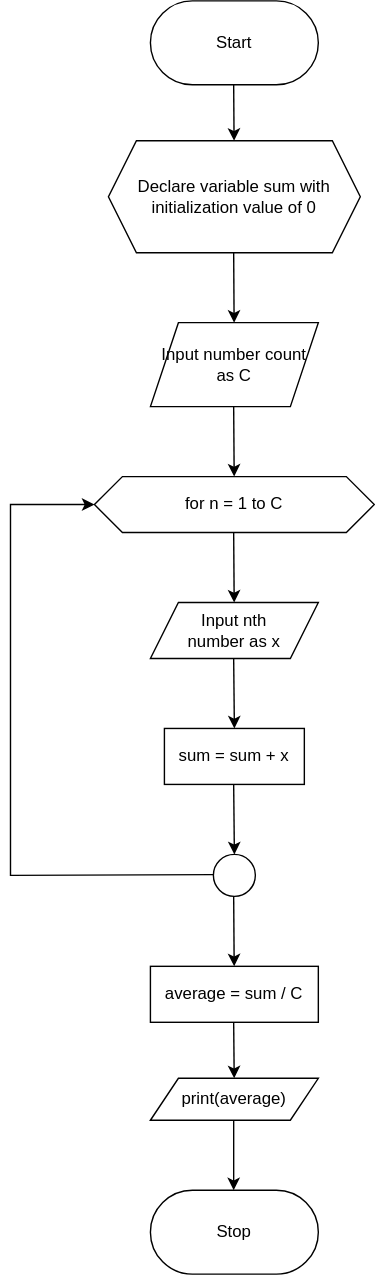
Earlier version of the draw.io export Flowchart3.drawio.svg (Mednoob/Mednoob). Source tidied: cells renumbered, new cells last; positions are measured from the earlier drawing's top-left corner, leaving out a move shared by most shapes. Source of this version:
```xml
<mxGraphModel>
  <root>
    <mxCell id="0" />
    <mxCell id="1" parent="0" />
    <mxCell id="2" value="Start" style="rounded=1;whiteSpace=wrap;html=1;arcSize=50;" parent="1" vertex="1">
      <mxGeometry x="100" width="120" height="60" as="geometry" />
    </mxCell>
    <mxCell id="3" style="endArrow=classic;html=1;rounded=0;" parent="1" edge="1">
      <mxGeometry relative="1" as="geometry">
        <mxPoint x="159.5" y="60" as="sourcePoint" />
        <mxPoint x="159.8" y="100" as="targetPoint" />
      </mxGeometry>
    </mxCell>
    <mxCell id="4" style="endArrow=classic;html=1;rounded=0;" parent="1" edge="1" target="6">
      <mxGeometry relative="1" as="geometry">
        <mxPoint x="159.5" y="180" as="sourcePoint" />
      </mxGeometry>
    </mxCell>
    <mxCell id="5" value="Declare variable sum with initialization value of 0" style="shape=hexagon;perimeter=hexagonPerimeter2;whiteSpace=wrap;html=1;fixedSize=1;" parent="1" vertex="1">
      <mxGeometry x="70" y="100" width="180" height="80" as="geometry" />
    </mxCell>
    <mxCell id="6" value="Input number count as C" style="shape=parallelogram;perimeter=parallelogramPerimeter;whiteSpace=wrap;html=1;fixedSize=1;" parent="1" vertex="1">
      <mxGeometry x="100" y="230" width="120" height="60" as="geometry" />
    </mxCell>
    <mxCell id="7" style="endArrow=classic;html=1;rounded=0;" parent="1" edge="1" target="8">
      <mxGeometry relative="1" as="geometry">
        <mxPoint x="159.5" y="290" as="sourcePoint" />
      </mxGeometry>
    </mxCell>
    <mxCell id="8" value="for n = 1 to C" style="shape=hexagon;perimeter=hexagonPerimeter2;whiteSpace=wrap;html=1;fixedSize=1;" parent="1" vertex="1">
      <mxGeometry x="60" y="340" width="200" height="40" as="geometry" />
    </mxCell>
    <mxCell id="9" style="endArrow=classic;html=1;rounded=0;" parent="1" edge="1" target="10">
      <mxGeometry relative="1" as="geometry">
        <mxPoint x="159.5" y="380" as="sourcePoint" />
      </mxGeometry>
    </mxCell>
    <mxCell id="10" value="Input nth&lt;br&gt;number as x" style="shape=parallelogram;perimeter=parallelogramPerimeter;whiteSpace=wrap;html=1;fixedSize=1;" parent="1" vertex="1">
      <mxGeometry x="100" y="430" width="120" height="40" as="geometry" />
    </mxCell>
    <mxCell id="11" style="endArrow=classic;html=1;rounded=0;" parent="1" edge="1">
      <mxGeometry relative="1" as="geometry">
        <mxPoint x="159.5" y="470" as="sourcePoint" />
        <mxPoint x="160" y="520" as="targetPoint" />
      </mxGeometry>
    </mxCell>
    <mxCell id="12" value="sum = sum + x" style="rounded=0;whiteSpace=wrap;html=1;" parent="1" vertex="1">
      <mxGeometry x="110" y="520" width="100" height="40" as="geometry" />
    </mxCell>
    <mxCell id="13" style="ellipse;whiteSpace=wrap;html=1;" parent="1" vertex="1">
      <mxGeometry x="145" y="610" width="30" height="30" as="geometry" />
    </mxCell>
    <mxCell id="14" style="endArrow=classic;html=1;rounded=0;" parent="1" edge="1" target="13">
      <mxGeometry relative="1" as="geometry">
        <mxPoint x="159.5" y="560" as="sourcePoint" />
      </mxGeometry>
    </mxCell>
    <mxCell id="15" style="endArrow=classic;html=1;rounded=0;entryX=0;entryY=0.5;entryDx=0;entryDy=0;" parent="1" edge="1" target="8">
      <mxGeometry relative="1" as="geometry">
        <mxPoint x="145" y="624.5" as="sourcePoint" />
        <Array as="points">
          <mxPoint y="625" />
          <mxPoint y="360" />
        </Array>
      </mxGeometry>
    </mxCell>
    <mxCell id="16" style="endArrow=classic;html=1;rounded=0;" parent="1" edge="1" target="17">
      <mxGeometry relative="1" as="geometry">
        <mxPoint x="159.5" y="640" as="sourcePoint" />
      </mxGeometry>
    </mxCell>
    <mxCell id="17" value="average = sum / C" style="rounded=0;whiteSpace=wrap;html=1;" parent="1" vertex="1">
      <mxGeometry x="100" y="690" width="120" height="40" as="geometry" />
    </mxCell>
    <mxCell id="18" style="endArrow=classic;html=1;rounded=0;" parent="1" edge="1" target="19">
      <mxGeometry relative="1" as="geometry">
        <mxPoint x="159.5" y="730" as="sourcePoint" />
      </mxGeometry>
    </mxCell>
    <mxCell id="19" value="print(average)" style="shape=parallelogram;perimeter=parallelogramPerimeter;whiteSpace=wrap;html=1;fixedSize=1;" parent="1" vertex="1">
      <mxGeometry x="100" y="770" width="120" height="30" as="geometry" />
    </mxCell>
    <mxCell id="20" style="endArrow=classic;html=1;rounded=0;" parent="1" edge="1">
      <mxGeometry relative="1" as="geometry">
        <mxPoint x="159.5" y="800" as="sourcePoint" />
        <mxPoint x="159.5" y="850" as="targetPoint" />
      </mxGeometry>
    </mxCell>
    <mxCell id="21" value="Stop" style="rounded=1;whiteSpace=wrap;html=1;arcSize=50;" parent="1" vertex="1">
      <mxGeometry x="100" y="850" width="120" height="60" as="geometry" />
    </mxCell>
  </root>
</mxGraphModel>
```
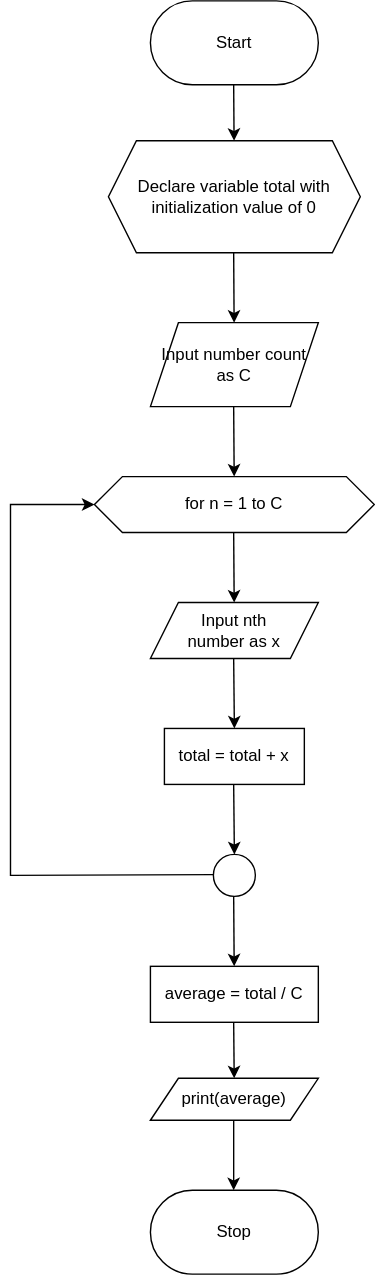
The same file after the commit.

What changed in the source:
```diff
@@ -16,7 +16,7 @@
         <mxPoint x="159.5" y="180" as="sourcePoint" />
       </mxGeometry>
     </mxCell>
-    <mxCell id="5" value="Declare variable sum with initialization value of 0" style="shape=hexagon;perimeter=hexagonPerimeter2;whiteSpace=wrap;html=1;fixedSize=1;" parent="1" vertex="1">
+    <mxCell id="5" value="Declare variable total with initialization value of 0" style="shape=hexagon;perimeter=hexagonPerimeter2;whiteSpace=wrap;html=1;fixedSize=1;" parent="1" vertex="1">
       <mxGeometry x="70" y="100" width="180" height="80" as="geometry" />
     </mxCell>
     <mxCell id="6" value="Input number count as C" style="shape=parallelogram;perimeter=parallelogramPerimeter;whiteSpace=wrap;html=1;fixedSize=1;" parent="1" vertex="1">
@@ -44,7 +44,7 @@
         <mxPoint x="160" y="520" as="targetPoint" />
       </mxGeometry>
     </mxCell>
-    <mxCell id="12" value="sum = sum + x" style="rounded=0;whiteSpace=wrap;html=1;" parent="1" vertex="1">
+    <mxCell id="12" value="total = total + x" style="rounded=0;whiteSpace=wrap;html=1;" parent="1" vertex="1">
       <mxGeometry x="110" y="520" width="100" height="40" as="geometry" />
     </mxCell>
     <mxCell id="13" style="ellipse;whiteSpace=wrap;html=1;" parent="1" vertex="1">
@@ -69,7 +69,7 @@
         <mxPoint x="159.5" y="640" as="sourcePoint" />
       </mxGeometry>
     </mxCell>
-    <mxCell id="17" value="average = sum / C" style="rounded=0;whiteSpace=wrap;html=1;" parent="1" vertex="1">
+    <mxCell id="17" value="average = total / C" style="rounded=0;whiteSpace=wrap;html=1;" parent="1" vertex="1">
       <mxGeometry x="100" y="690" width="120" height="40" as="geometry" />
     </mxCell>
     <mxCell id="18" style="endArrow=classic;html=1;rounded=0;" parent="1" edge="1" target="19">
```
